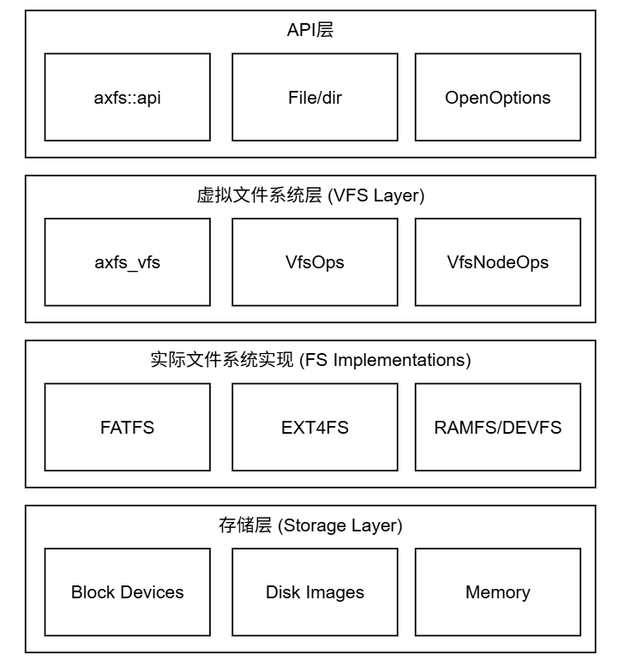
Above: docs/design/filesystem/images_fs/framework.png in arceos-hypervisor/axvisorbook (draw.io), before the change. Source tidied: cells renumbered, new cells last; positions are measured from the earlier drawing's top-left corner, leaving out a move shared by most shapes.
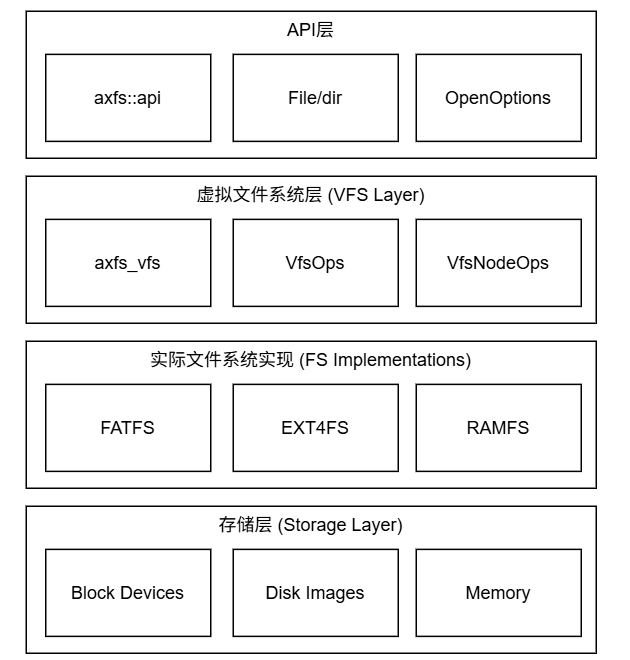
After the commit.

What changed in the source:
```diff
@@ -35,7 +35,7 @@
     <mxCell id="12" value="EXT4FS" style="rounded=0;whiteSpace=wrap;html=1;" parent="1" vertex="1">
       <mxGeometry x="138" y="248.8" width="110" height="58" as="geometry" />
     </mxCell>
-    <mxCell id="13" value="RAMFS/DEVFS" style="rounded=0;whiteSpace=wrap;html=1;" parent="1" vertex="1">
+    <mxCell id="13" value="RAMFS" style="rounded=0;whiteSpace=wrap;html=1;" parent="1" vertex="1">
       <mxGeometry x="260" y="248.8" width="110" height="58" as="geometry" />
     </mxCell>
     <mxCell id="14" value="&lt;div&gt;存储层 (Storage Layer)&lt;/div&gt;&lt;div&gt;&lt;br&gt;&lt;/div&gt;&lt;div&gt;&lt;br&gt;&lt;/div&gt;&lt;div&gt;&lt;br&gt;&lt;/div&gt;&lt;div&gt;&lt;br&gt;&lt;/div&gt;&lt;div&gt;&lt;br&gt;&lt;/div&gt;" style="rounded=0;whiteSpace=wrap;html=1;" parent="1" vertex="1">
```
